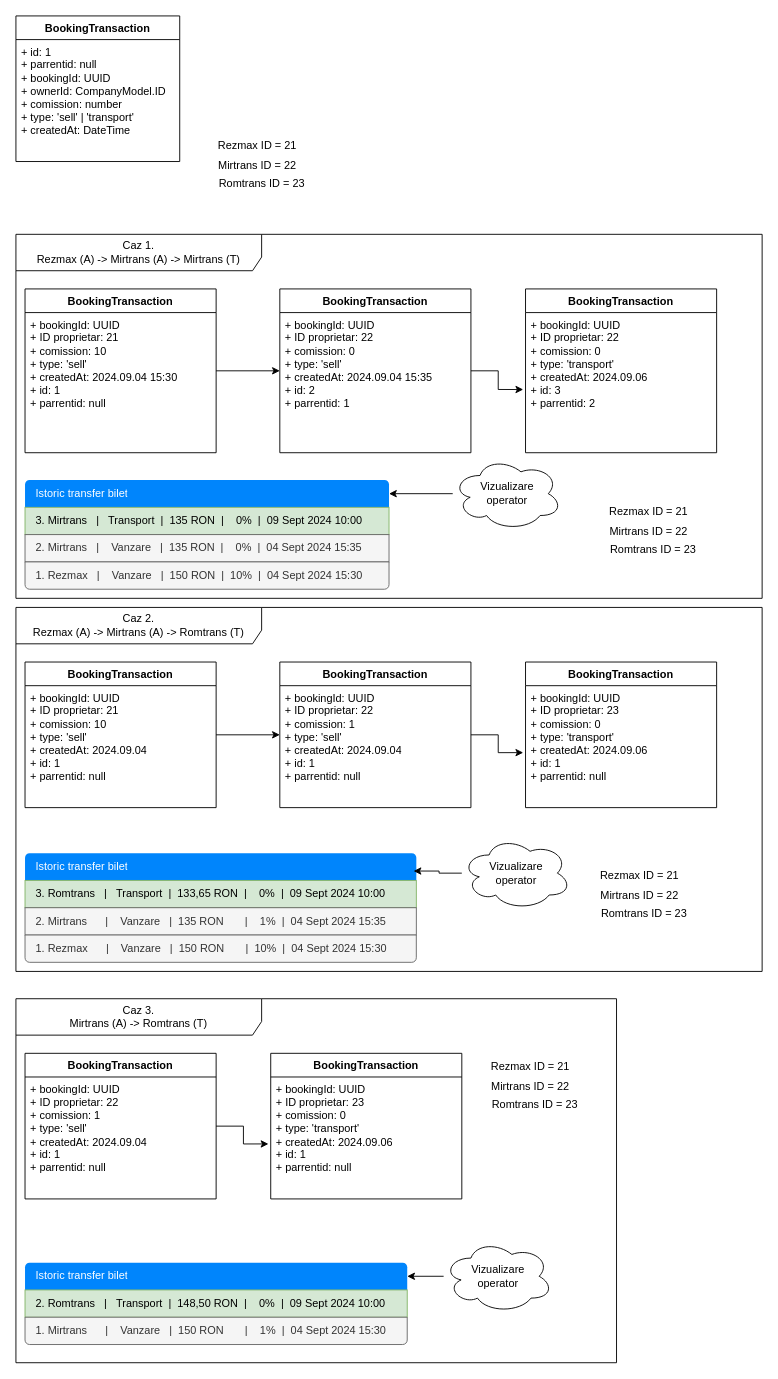
Earlier version of the draw.io diagram page "Booking flow" (3 of 3) of GBS/GBS_Booking_flow.drawio (maxCheptea/Diagrams). Source tidied: cells renumbered, new cells numbered last; positions are measured from the earlier drawing's top-left corner, leaving out a move shared by most shapes. Both pictures are drawn from the tidied source at 91%, with x=0, y=0 at pixel (15, 15).
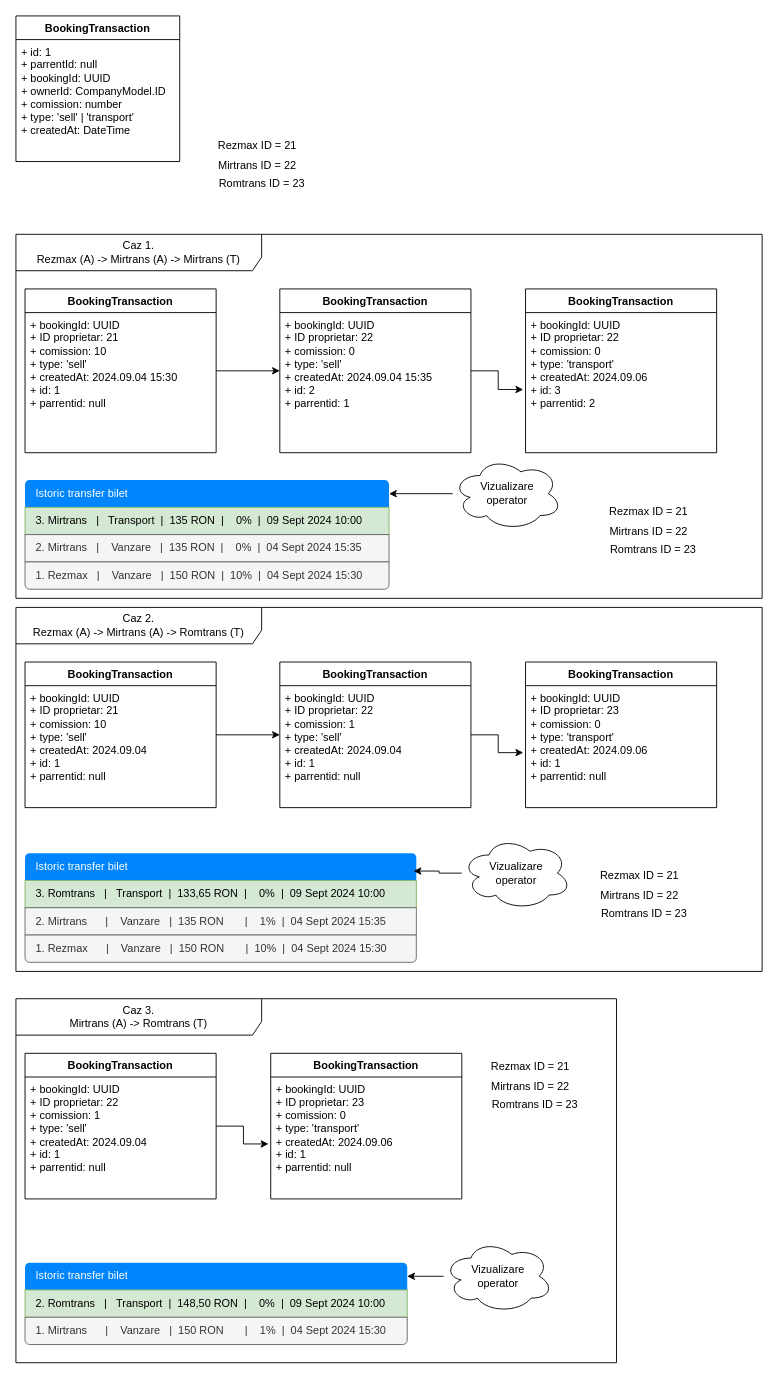
The same diagram, later.

Unchanged cells that the change refers to:
```xml
<mxCell id="2" value="BookingTransaction&lt;div&gt;&lt;br&gt;&lt;/div&gt;" style="swimlane;fontStyle=1;align=center;verticalAlign=top;horizontal=1;startSize=26;whiteSpace=wrap;html=1;" parent="1" vertex="1">
  <mxGeometry width="180" height="160" as="geometry" />
</mxCell>
```

The edit, as a diff of the source:
```diff
@@
-    <mxCell id="3" value="&lt;div&gt;&lt;div&gt;+ id: 1&lt;/div&gt;&lt;div&gt;+ parrentid: null&lt;/div&gt;&lt;/div&gt;+ bookingId: UUID&lt;div&gt;+ ownerId: CompanyModel.ID&lt;/div&gt;&lt;div&gt;+ comission: number&lt;/div&gt;&lt;div&gt;+ type: 'sell' | 'transport'&lt;br&gt;&lt;div&gt;+ createdAt: DateTime&lt;/div&gt;&lt;div&gt;&lt;br&gt;&lt;/div&gt;&lt;/div&gt;" style="text;strokeColor=none;fillColor=none;align=left;verticalAlign=top;spacingLeft=4;spacingRight=4;overflow=hidden;whiteSpace=wrap;html=1;" parent="2" vertex="1">
+    <mxCell id="3" value="&lt;div&gt;&lt;div&gt;+ id: 1&lt;/div&gt;&lt;div&gt;+ parrentI&lt;span style=&quot;background-color: initial;&quot;&gt;d: null&lt;/span&gt;&lt;/div&gt;&lt;/div&gt;+ bookingId: UUID&lt;div&gt;+ ownerId: CompanyModel.ID&lt;/div&gt;&lt;div&gt;+ comission: number&lt;/div&gt;&lt;div&gt;+ type: 'sell' | 'transport'&lt;br&gt;&lt;div&gt;+ createdAt: DateTime&lt;/div&gt;&lt;div&gt;&lt;br&gt;&lt;/div&gt;&lt;/div&gt;" style="text;strokeColor=none;fillColor=none;align=left;verticalAlign=top;spacingLeft=4;spacingRight=4;overflow=hidden;whiteSpace=wrap;html=1;" parent="2" vertex="1">
       <mxGeometry y="26" width="180" height="134" as="geometry" />
     </mxCell>
```
